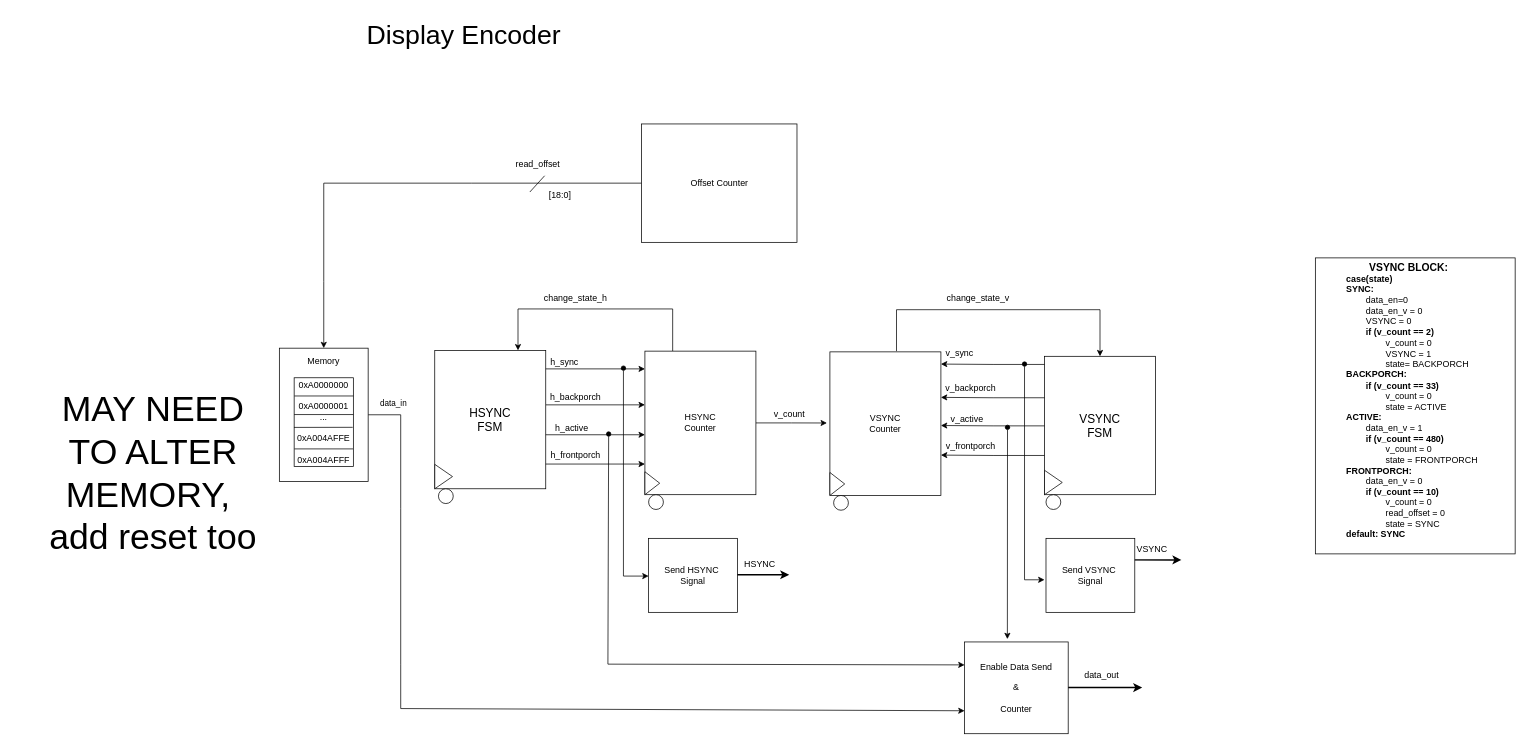
Above: Display_Encoder2.0.drawio in limichael246/STARS_2024 (draw.io), before the change. Source tidied: cells renumbered, new cells numbered last; positions are measured from the earlier drawing's top-left corner, leaving out a move shared by most shapes. Both pictures are drawn from the tidied source at 74%, with x=0, y=0 at pixel (42, 13).
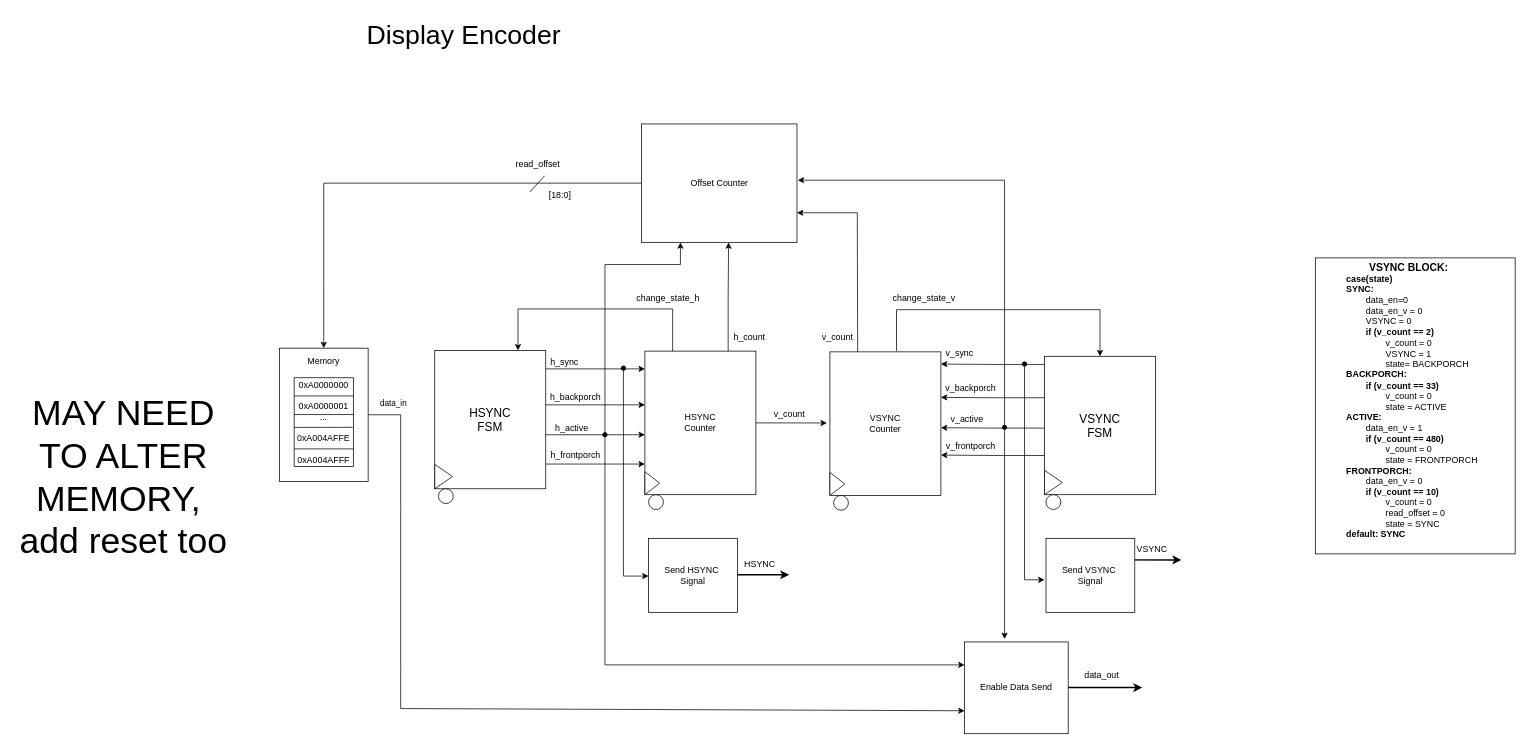
The same diagram, later.

The change refers to these unchanged cells:
```xml
<mxCell id="24" value="HSYNC&lt;div&gt;&lt;span style=&quot;background-color: initial;&quot;&gt;Counter&lt;/span&gt;&lt;br&gt;&lt;/div&gt;" style="whiteSpace=wrap;html=1;" parent="1" vertex="1">
  <mxGeometry x="814" y="457" width="150" height="194" as="geometry" />
</mxCell>
<mxCell id="49" value="VSYNC&lt;div&gt;&lt;span style=&quot;background-color: initial;&quot;&gt;Counter&lt;/span&gt;&lt;br&gt;&lt;/div&gt;" style="whiteSpace=wrap;html=1;" parent="1" vertex="1">
  <mxGeometry x="1064" y="458" width="150" height="194" as="geometry" />
</mxCell>
<mxCell id="64" value="Offset Counter" style="whiteSpace=wrap;html=1;" parent="1" vertex="1">
  <mxGeometry x="809.5" y="150" width="210" height="160" as="geometry" />
</mxCell>
```

The edit, as a diff of the source:
```diff
@@
     <mxCell id="21" value="&lt;font style=&quot;font-size: 48px;&quot;&gt;MAY NEED&lt;/font&gt;&lt;div&gt;&lt;font style=&quot;font-size: 48px;&quot;&gt;TO ALTER&lt;/font&gt;&lt;/div&gt;&lt;div&gt;&lt;font style=&quot;font-size: 48px;&quot;&gt;MEMORY,&amp;nbsp;&lt;/font&gt;&lt;/div&gt;&lt;div&gt;&lt;font style=&quot;font-size: 48px;&quot;&gt;add reset too&lt;/font&gt;&lt;/div&gt;" style="text;html=1;align=center;verticalAlign=middle;strokeColor=none;fillColor=none;" parent="1" vertex="1">
-      <mxGeometry y="501" width="298" height="242" as="geometry" />
+      <mxGeometry x="-40" y="505.5" width="298" height="242" as="geometry" />
     </mxCell>
@@
+    <mxCell id="65" style="edgeStyle=orthogonalEdgeStyle;rounded=0;jettySize=auto;html=1;exitX=0.75;exitY=0;exitDx=0;exitDy=0;entryX=0.56;entryY=1;entryDx=0;entryDy=0;entryPerimeter=0;" parent="1" edge="1" source="24" target="64">
+      <mxGeometry relative="1" as="geometry" />
+    </mxCell>
@@
     <mxCell id="25" value="change_state_h" style="text;html=1;align=center;verticalAlign=middle;strokeColor=none;fillColor=none;" parent="1" vertex="1">
-      <mxGeometry x="665" y="371" width="110" height="30" as="geometry" />
+      <mxGeometry x="790" y="371" width="110" height="30" as="geometry" />
     </mxCell>
@@
-    <mxCell id="36" value="Enable Data Send&lt;div&gt;&lt;br&gt;&lt;/div&gt;&lt;div&gt;&amp;amp;&lt;/div&gt;&lt;div&gt;&lt;br&gt;&lt;/div&gt;&lt;div&gt;Counter&lt;/div&gt;" style="whiteSpace=wrap;html=1;" parent="1" vertex="1">
+    <mxCell id="36" value="Enable Data Send" style="whiteSpace=wrap;html=1;" parent="1" vertex="1">
       <mxGeometry x="1246" y="850" width="140" height="124" as="geometry" />
     </mxCell>
@@
     <mxCell id="44" style="edgeStyle=orthogonalEdgeStyle;rounded=0;orthogonalLoop=1;jettySize=auto;html=1;exitX=1;exitY=0.5;exitDx=0;exitDy=0;startArrow=classic;startFill=1;endArrow=none;endFill=0;" parent="1" edge="1">
       <mxGeometry relative="1" as="geometry">
-        <mxPoint x="1214" y="557.5" as="sourcePoint" />
-        <mxPoint x="1354" y="558" as="targetPoint" />
+        <mxPoint x="1214" y="560.5" as="sourcePoint" />
+        <mxPoint x="1354" y="561" as="targetPoint" />
       </mxGeometry>
     </mxCell>
@@
     <mxCell id="57" style="edgeStyle=none;jettySize=auto;html=1;rounded=0;startArrow=oval;startFill=1;entryX=0;entryY=0.25;entryDx=0;entryDy=0;" parent="1" edge="1" target="36">
       <mxGeometry relative="1" as="geometry">
-        <mxPoint x="765" y="569" as="sourcePoint" />
+        <mxPoint x="760" y="570" as="sourcePoint" />
         <Array as="points">
-          <mxPoint x="764" y="880" />
+          <mxPoint x="760" y="881" />
         </Array>
       </mxGeometry>
     </mxCell>
@@
     <mxCell id="59" value="change_state_v" style="text;html=1;align=center;verticalAlign=middle;strokeColor=none;fillColor=none;" parent="1" vertex="1">
-      <mxGeometry x="1209" y="371" width="110" height="30" as="geometry" />
+      <mxGeometry x="1136" y="371" width="110" height="30" as="geometry" />
     </mxCell>
@@
-    <mxCell id="63" style="edgeStyle=none;jettySize=auto;html=1;rounded=0;entryX=0.413;entryY=-0.031;entryDx=0;entryDy=0;entryPerimeter=0;startArrow=oval;startFill=1;" parent="1" edge="1" target="36">
+    <mxCell id="63" style="edgeStyle=none;orthogonalLoop=1;jettySize=auto;html=1;rounded=0;startArrow=oval;startFill=1;" parent="1" edge="1">
       <mxGeometry relative="1" as="geometry">
-        <mxPoint x="1304" y="560" as="sourcePoint" />
+        <mxPoint x="1300" y="560" as="sourcePoint" />
+        <mxPoint x="1300" y="846" as="targetPoint" />
       </mxGeometry>
     </mxCell>
@@
+    <mxCell id="66" style="edgeStyle=none;jettySize=auto;html=1;rounded=0;entryX=0.25;entryY=1;entryDx=0;entryDy=0;" parent="1" edge="1" target="64">
+      <mxGeometry relative="1" as="geometry">
+        <mxPoint x="760" y="570" as="sourcePoint" />
+        <Array as="points">
+          <mxPoint x="760" y="340" />
+          <mxPoint x="862" y="340" />
+        </Array>
+      </mxGeometry>
+    </mxCell>
+    <mxCell id="67" value="h_count" style="text;html=1;align=center;verticalAlign=middle;strokeColor=none;fillColor=none;" parent="1" vertex="1">
+      <mxGeometry x="920" y="423" width="70" height="30" as="geometry" />
+    </mxCell>
+    <mxCell id="68" style="edgeStyle=none;jettySize=auto;html=1;rounded=0;exitX=0.25;exitY=0;exitDx=0;exitDy=0;entryX=1;entryY=0.75;entryDx=0;entryDy=0;" parent="1" edge="1" source="49" target="64">
+      <mxGeometry relative="1" as="geometry">
+        <Array as="points">
+          <mxPoint x="1101" y="270" />
+        </Array>
+      </mxGeometry>
+    </mxCell>
+    <mxCell id="69" value="v_count" style="text;html=1;align=center;verticalAlign=middle;strokeColor=none;fillColor=none;" parent="1" vertex="1">
+      <mxGeometry x="1039" y="423" width="70" height="30" as="geometry" />
+    </mxCell>
+    <mxCell id="70" style="edgeStyle=none;jettySize=auto;html=1;rounded=0;entryX=1.005;entryY=0.475;entryDx=0;entryDy=0;entryPerimeter=0;" parent="1" edge="1" target="64">
+      <mxGeometry relative="1" as="geometry">
+        <mxPoint x="1300" y="560" as="sourcePoint" />
+        <Array as="points">
+          <mxPoint x="1300" y="226" />
+        </Array>
+      </mxGeometry>
+    </mxCell>
```
